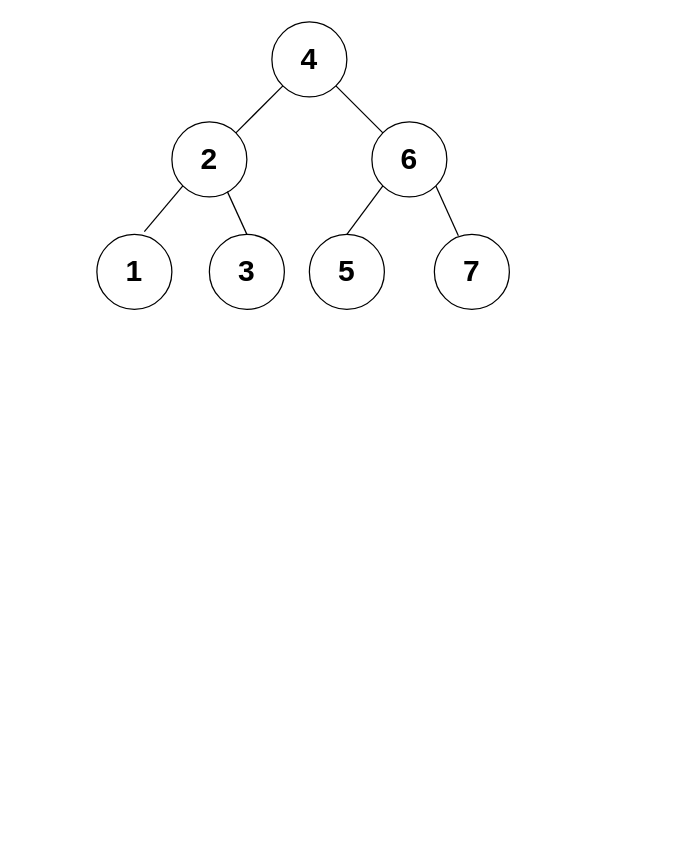
Above: page "树" (1 of 9) of res/Structure.drawio in 785360050/Data-Structure_C-CPP (draw.io), before the change. Source tidied: cells renumbered, new cells numbered last; positions are measured from the earlier drawing's top-left corner, leaving out a move shared by most shapes. Both pictures are drawn from the tidied source at 125%, with x=0, y=0 at pixel (96, 21).
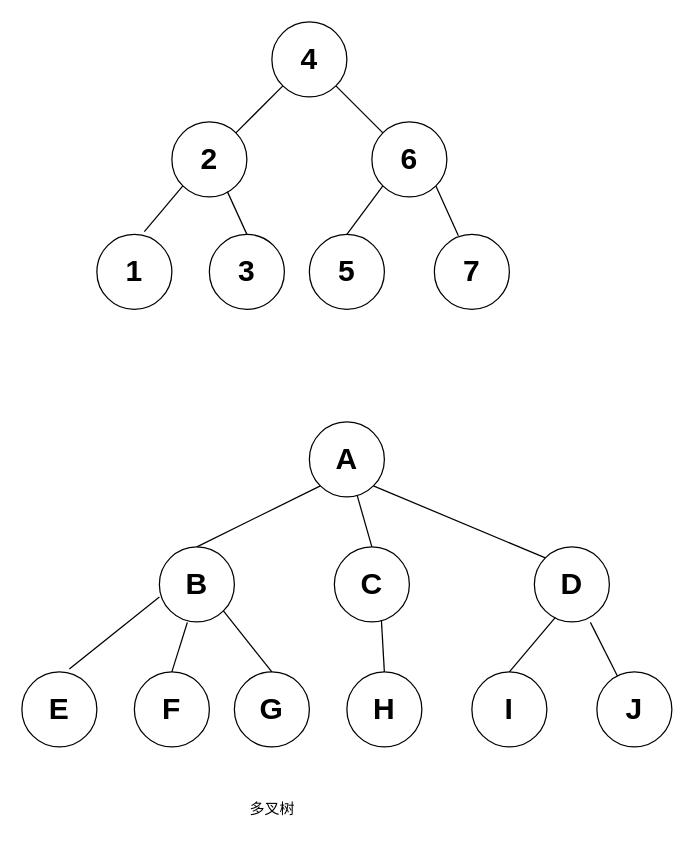
The same page after the edit.

Change to the diagram source:
```diff
@@
+    <mxCell id="15" value="&lt;h1&gt;A&lt;/h1&gt;" style="ellipse;whiteSpace=wrap;html=1;" parent="1" vertex="1">
+      <mxGeometry x="170" y="320" width="60" height="60" as="geometry" />
+    </mxCell>
+    <mxCell id="16" value="&lt;h1&gt;B&lt;/h1&gt;" style="ellipse;whiteSpace=wrap;html=1;" parent="1" vertex="1">
+      <mxGeometry x="50" y="420" width="60" height="60" as="geometry" />
+    </mxCell>
+    <mxCell id="17" value="&lt;h1&gt;C&lt;/h1&gt;" style="ellipse;whiteSpace=wrap;html=1;" parent="1" vertex="1">
+      <mxGeometry x="190" y="420" width="60" height="60" as="geometry" />
+    </mxCell>
+    <mxCell id="18" value="&lt;h1&gt;H&lt;/h1&gt;" style="ellipse;whiteSpace=wrap;html=1;" parent="1" vertex="1">
+      <mxGeometry x="200" y="520" width="60" height="60" as="geometry" />
+    </mxCell>
+    <mxCell id="19" value="&lt;h1&gt;G&lt;/h1&gt;" style="ellipse;whiteSpace=wrap;html=1;" parent="1" vertex="1">
+      <mxGeometry x="110" y="520" width="60" height="60" as="geometry" />
+    </mxCell>
+    <mxCell id="20" value="&lt;h1&gt;F&lt;/h1&gt;" style="ellipse;whiteSpace=wrap;html=1;" parent="1" vertex="1">
+      <mxGeometry x="30" y="520" width="60" height="60" as="geometry" />
+    </mxCell>
+    <mxCell id="21" value="&lt;h1&gt;E&lt;/h1&gt;" style="ellipse;whiteSpace=wrap;html=1;" parent="1" vertex="1">
+      <mxGeometry x="-60" y="520" width="60" height="60" as="geometry" />
+    </mxCell>
+    <mxCell id="22" style="endArrow=none;html=1;rounded=0;entryX=0;entryY=1;entryDx=0;entryDy=0;exitX=0.5;exitY=0;exitDx=0;exitDy=0;" parent="1" edge="1" source="16" target="15">
+      <mxGeometry relative="1" as="geometry" />
+    </mxCell>
+    <mxCell id="23" style="endArrow=none;html=1;rounded=0;entryX=0;entryY=0.667;entryDx=0;entryDy=0;exitX=0.633;exitY=-0.037;exitDx=0;exitDy=0;exitPerimeter=0;entryPerimeter=0;" parent="1" edge="1" source="21" target="16">
+      <mxGeometry relative="1" as="geometry" />
+    </mxCell>
+    <mxCell id="24" style="endArrow=none;html=1;rounded=0;entryX=0.373;entryY=1.007;entryDx=0;entryDy=0;exitX=0.5;exitY=0;exitDx=0;exitDy=0;entryPerimeter=0;" parent="1" edge="1" source="20" target="16">
+      <mxGeometry relative="1" as="geometry" />
+    </mxCell>
+    <mxCell id="25" style="endArrow=none;html=1;rounded=0;entryX=1;entryY=1;entryDx=0;entryDy=0;exitX=0.5;exitY=0;exitDx=0;exitDy=0;" parent="1" edge="1" source="19" target="16">
+      <mxGeometry relative="1" as="geometry" />
+    </mxCell>
+    <mxCell id="26" style="endArrow=none;html=1;rounded=0;exitX=0.5;exitY=0;exitDx=0;exitDy=0;entryX=0.627;entryY=0.98;entryDx=0;entryDy=0;entryPerimeter=0;" parent="1" edge="1" source="18" target="17">
+      <mxGeometry relative="1" as="geometry" />
+    </mxCell>
+    <mxCell id="27" style="endArrow=none;html=1;rounded=0;exitX=0.5;exitY=0;exitDx=0;exitDy=0;" parent="1" edge="1" source="17" target="15">
+      <mxGeometry relative="1" as="geometry" />
+    </mxCell>
+    <mxCell id="28" value="&lt;h1&gt;D&lt;/h1&gt;" style="ellipse;whiteSpace=wrap;html=1;" parent="1" vertex="1">
+      <mxGeometry x="350" y="420" width="60" height="60" as="geometry" />
+    </mxCell>
+    <mxCell id="29" value="&lt;h1&gt;J&lt;/h1&gt;" style="ellipse;whiteSpace=wrap;html=1;" parent="1" vertex="1">
+      <mxGeometry x="400" y="520" width="60" height="60" as="geometry" />
+    </mxCell>
+    <mxCell id="30" value="&lt;h1&gt;I&lt;/h1&gt;" style="ellipse;whiteSpace=wrap;html=1;" parent="1" vertex="1">
+      <mxGeometry x="300" y="520" width="60" height="60" as="geometry" />
+    </mxCell>
+    <mxCell id="31" style="endArrow=none;html=1;rounded=0;exitX=0;exitY=0;exitDx=0;exitDy=0;entryX=1;entryY=1;entryDx=0;entryDy=0;" parent="1" edge="1" source="28" target="15">
+      <mxGeometry relative="1" as="geometry" />
+    </mxCell>
+    <mxCell id="32" style="endArrow=none;html=1;rounded=0;exitX=0.5;exitY=0;exitDx=0;exitDy=0;entryX=0.28;entryY=0.94;entryDx=0;entryDy=0;entryPerimeter=0;" parent="1" edge="1" source="30" target="28">
+      <mxGeometry relative="1" as="geometry" />
+    </mxCell>
+    <mxCell id="33" style="endArrow=none;html=1;rounded=0;entryX=0.747;entryY=1.007;entryDx=0;entryDy=0;entryPerimeter=0;" parent="1" edge="1" source="29" target="28">
+      <mxGeometry relative="1" as="geometry" />
+    </mxCell>
+    <mxCell id="34" value="多叉树" style="text;html=1;align=center;verticalAlign=middle;strokeColor=none;fillColor=none;" parent="1" vertex="1">
+      <mxGeometry x="110" y="615" width="60" height="30" as="geometry" />
+    </mxCell>
```
